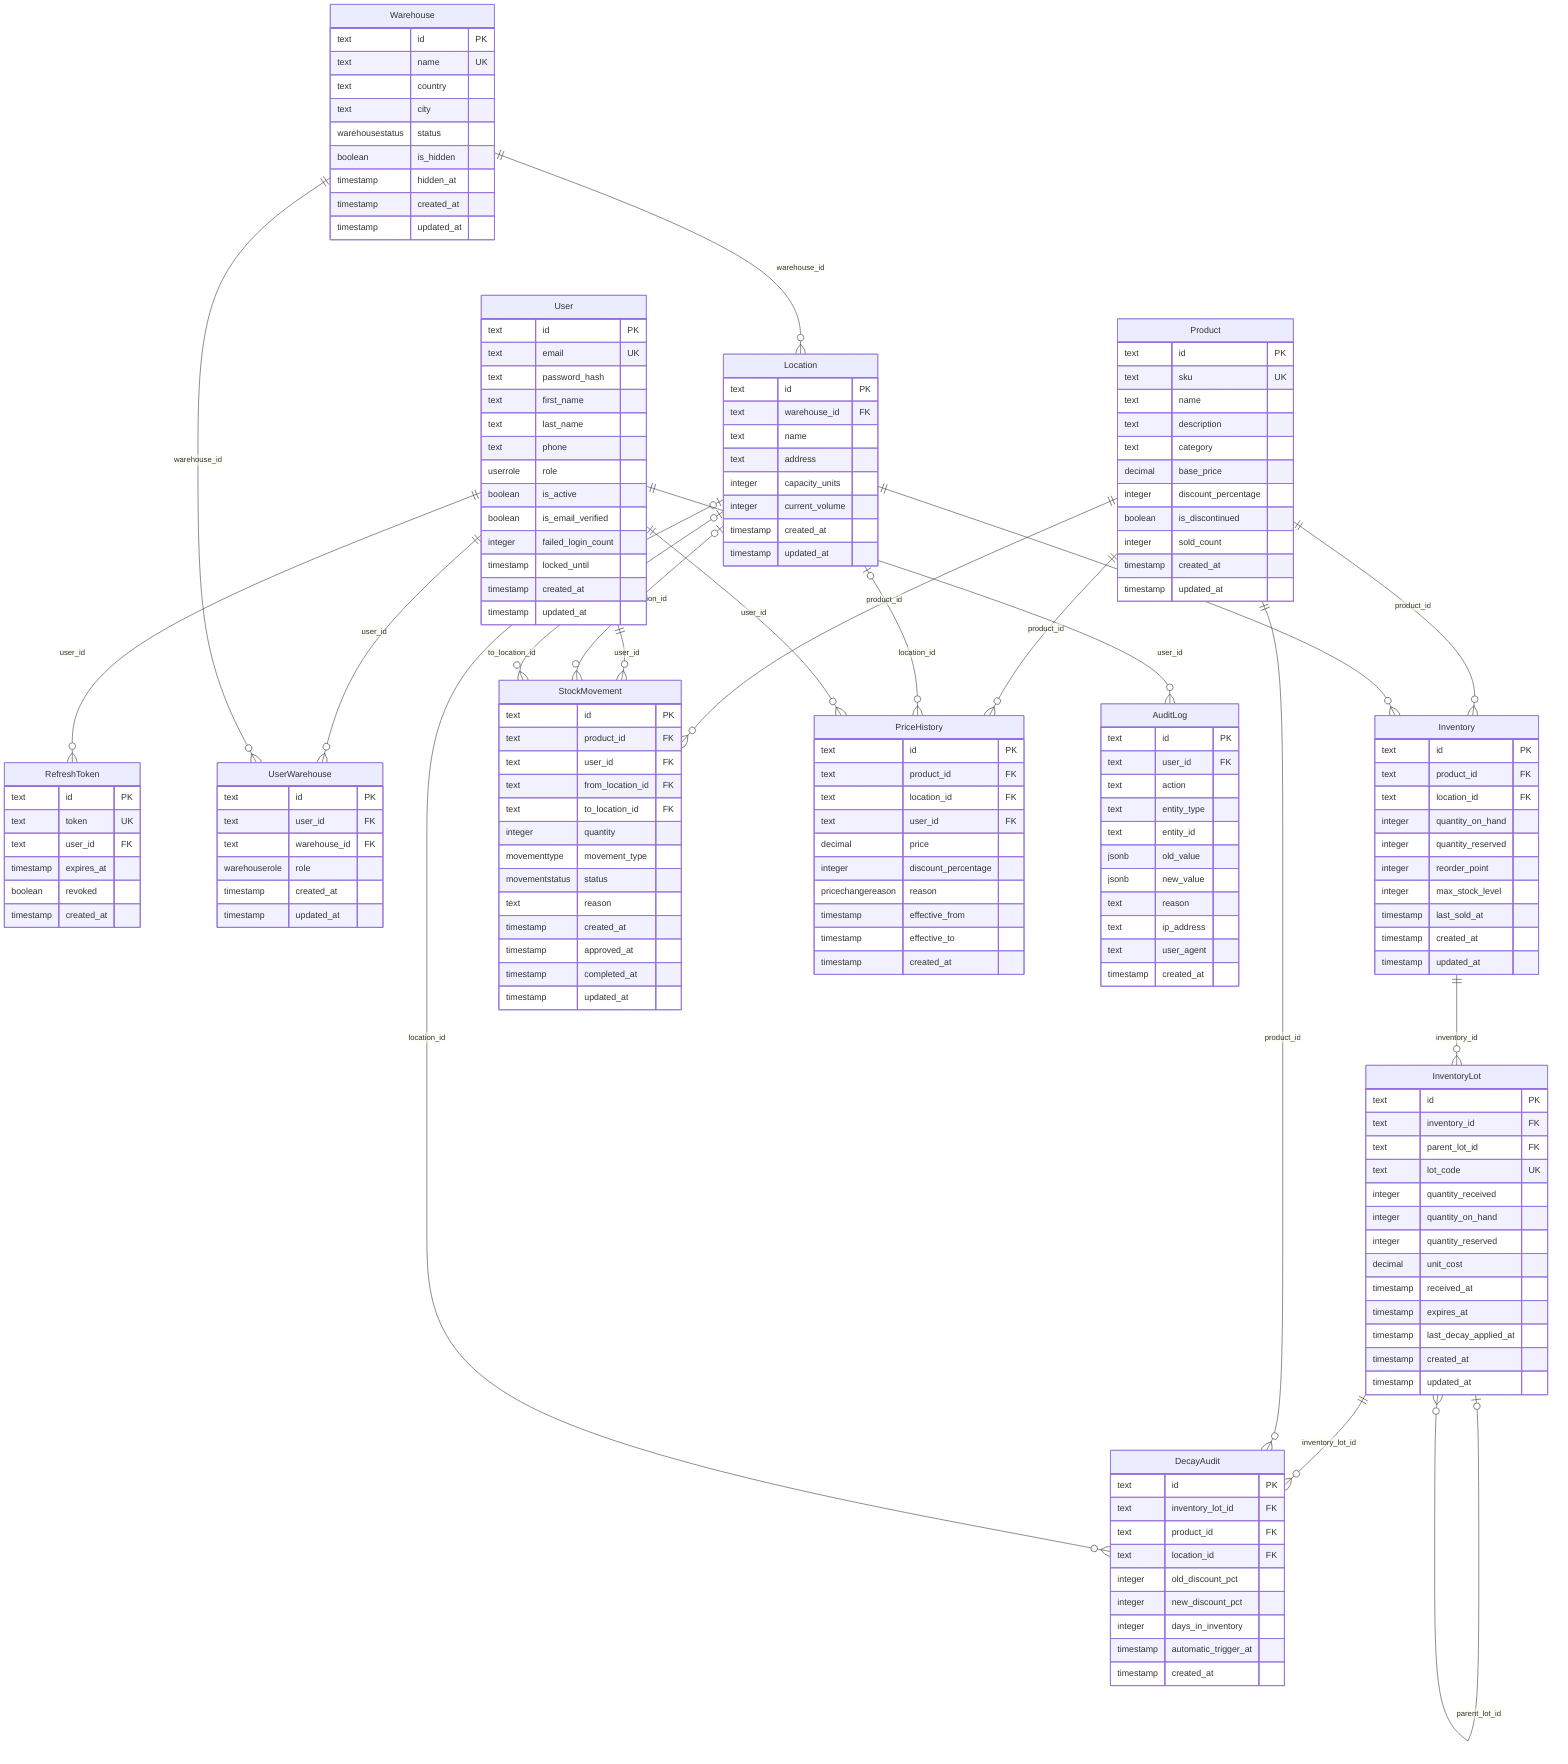
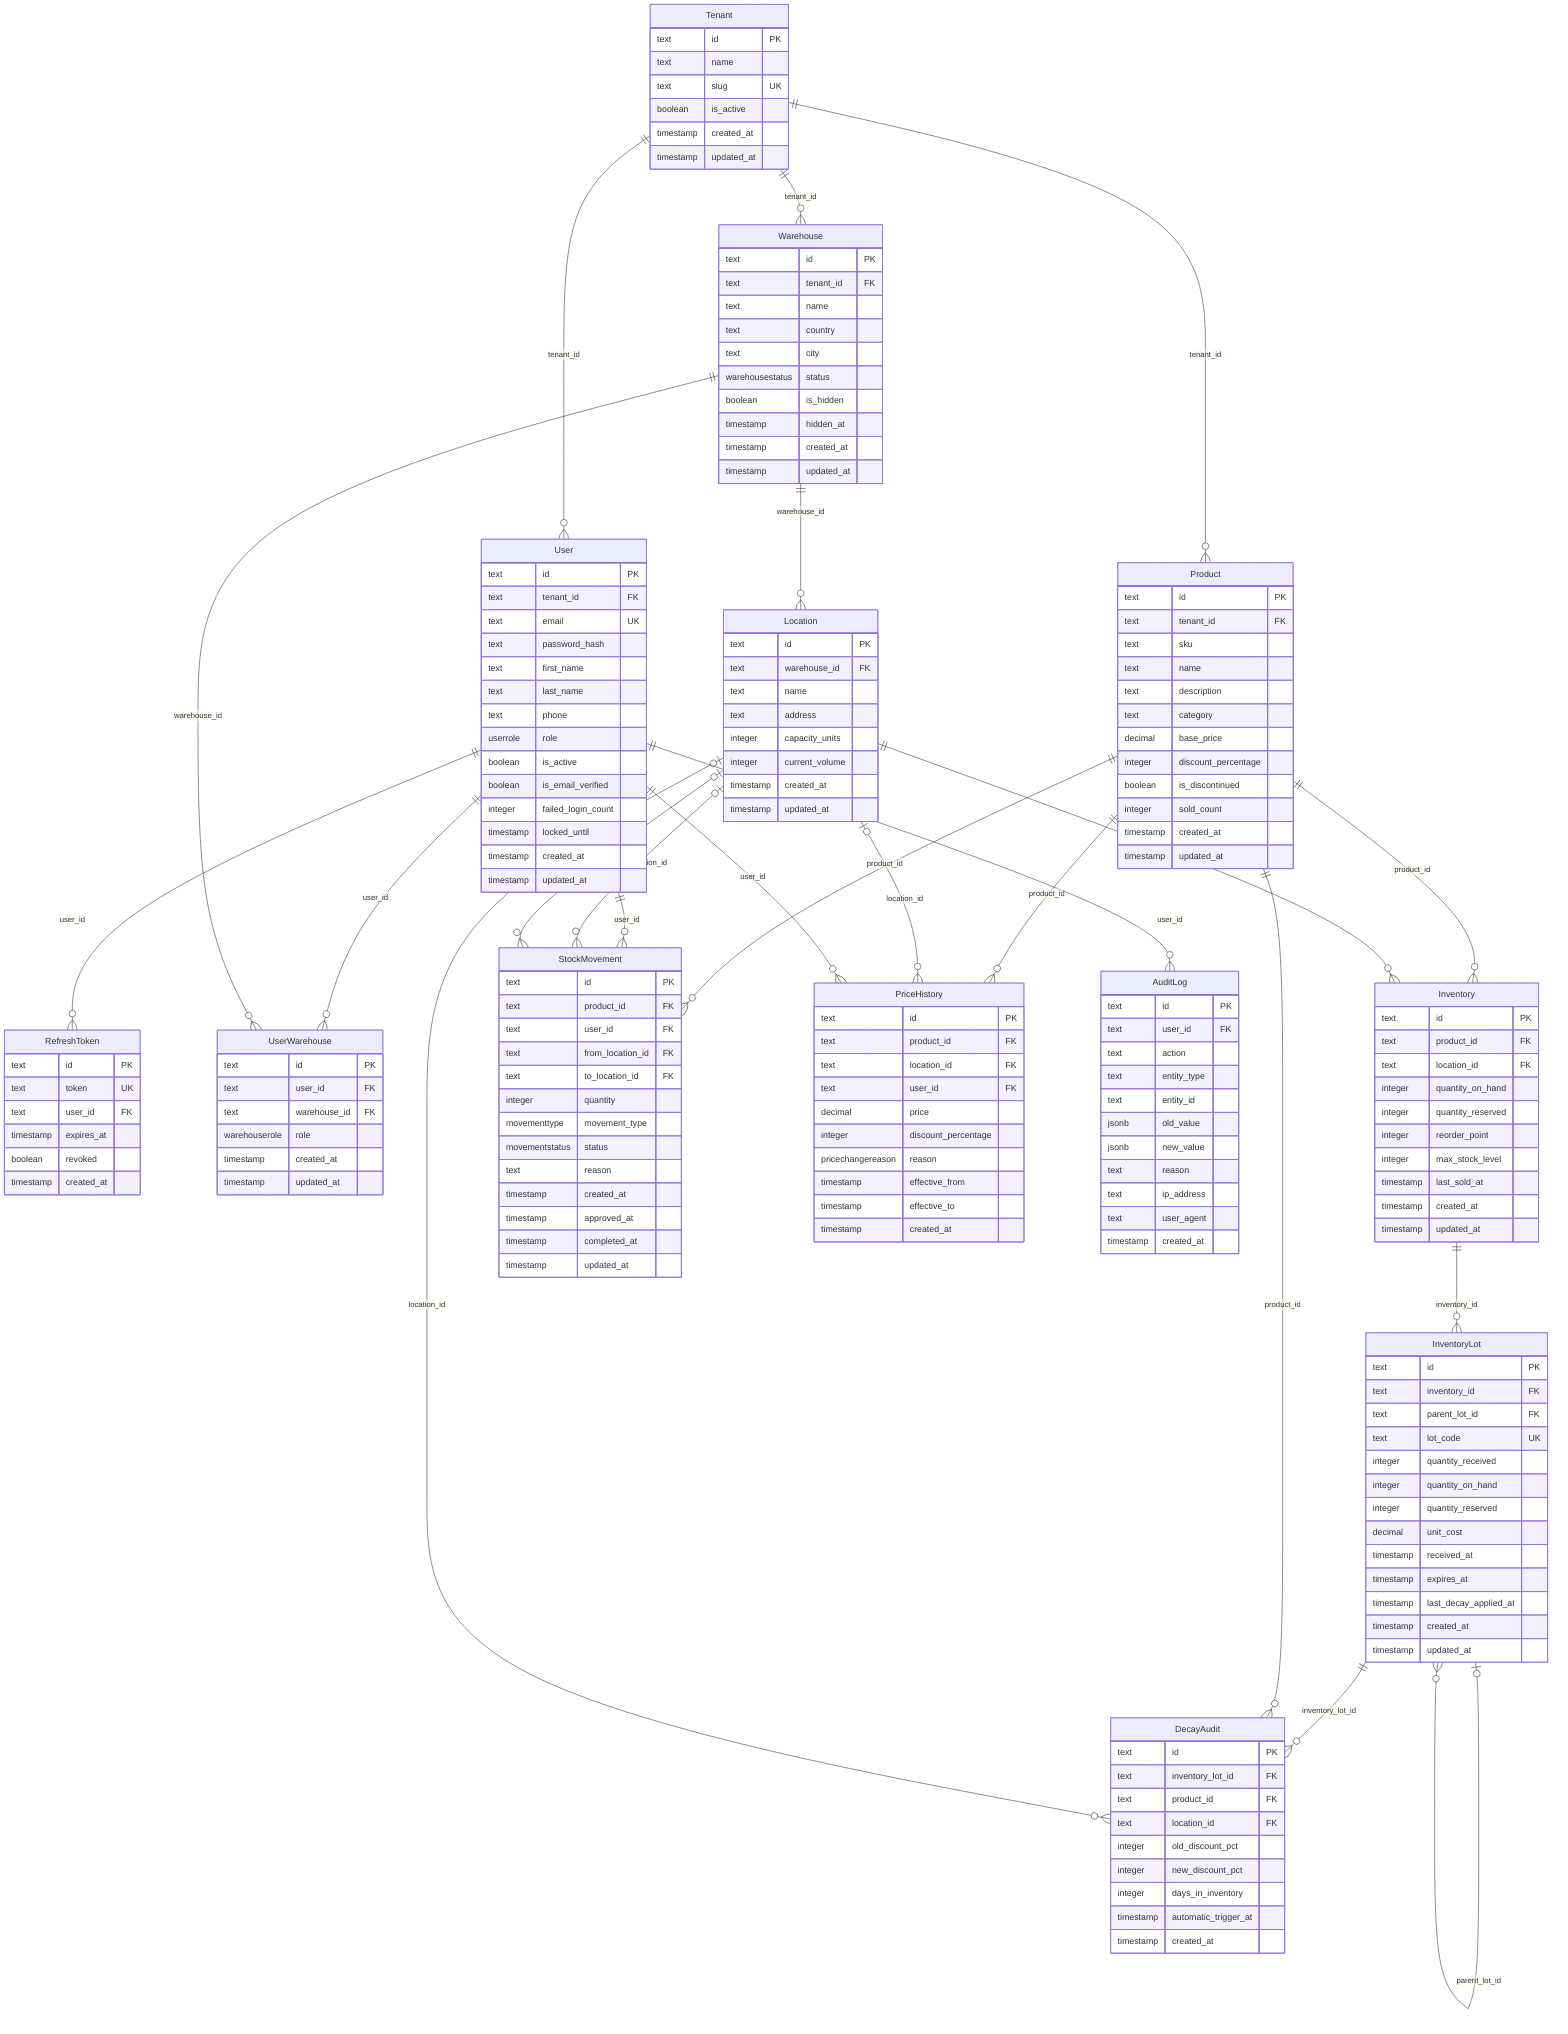
erDiagram
+   Tenant {
+     text id PK
+     text name
+     text slug UK
+     boolean is_active
+     timestamp created_at
+     timestamp updated_at
+   }
  User {
    text id PK
+     text tenant_id FK
    text email UK
    text password_hash
    text first_name
    text last_name
    text phone
    userrole role
    boolean is_active
    boolean is_email_verified
    integer failed_login_count
    timestamp locked_until
    timestamp created_at
    timestamp updated_at
  }
  RefreshToken {
    text id PK
    text token UK
    text user_id FK
    timestamp expires_at
    boolean revoked
    timestamp created_at
  }
  Warehouse {
    text id PK
-     text name UK
+     text tenant_id FK
+     text name
    text country
    text city
    warehousestatus status
    boolean is_hidden
    timestamp hidden_at
    timestamp created_at
    timestamp updated_at
  }
  UserWarehouse {
    text id PK
    text user_id FK
    text warehouse_id FK
    warehouserole role
    timestamp created_at
    timestamp updated_at
  }
  Location {
    text id PK
    text warehouse_id FK
    text name
    text address
    integer capacity_units
    integer current_volume
    timestamp created_at
    timestamp updated_at
  }
  Product {
    text id PK
-     text sku UK
+     text tenant_id FK
+     text sku
    text name
    text description
    text category
    decimal base_price
    integer discount_percentage
    boolean is_discontinued
    integer sold_count
    timestamp created_at
    timestamp updated_at
  }
  Inventory {
    text id PK
    text product_id FK
    text location_id FK
    integer quantity_on_hand
    integer quantity_reserved
    integer reorder_point
    integer max_stock_level
    timestamp last_sold_at
    timestamp created_at
    timestamp updated_at
  }
  InventoryLot {
    text id PK
    text inventory_id FK
    text parent_lot_id FK
    text lot_code UK
    integer quantity_received
    integer quantity_on_hand
    integer quantity_reserved
    decimal unit_cost
    timestamp received_at
    timestamp expires_at
    timestamp last_decay_applied_at
    timestamp created_at
    timestamp updated_at
  }
  StockMovement {
    text id PK
    text product_id FK
    text user_id FK
    text from_location_id FK
    text to_location_id FK
    integer quantity
    movementtype movement_type
    movementstatus status
    text reason
    timestamp created_at
    timestamp approved_at
    timestamp completed_at
    timestamp updated_at
  }
  PriceHistory {
    text id PK
    text product_id FK
    text location_id FK
    text user_id FK
    decimal price
    integer discount_percentage
    pricechangereason reason
    timestamp effective_from
    timestamp effective_to
    timestamp created_at
  }
  DecayAudit {
    text id PK
    text inventory_lot_id FK
    text product_id FK
    text location_id FK
    integer old_discount_pct
    integer new_discount_pct
    integer days_in_inventory
    timestamp automatic_trigger_at
    timestamp created_at
  }
  AuditLog {
    text id PK
    text user_id FK
    text action
    text entity_type
    text entity_id
    jsonb old_value
    jsonb new_value
    text reason
    text ip_address
    text user_agent
    timestamp created_at
  }

+   Tenant ||--o{ User : "tenant_id"
+   Tenant ||--o{ Warehouse : "tenant_id"
+   Tenant ||--o{ Product : "tenant_id"
  User ||--o{ RefreshToken : "user_id"
  User ||--o{ UserWarehouse : "user_id"
  Warehouse ||--o{ UserWarehouse : "warehouse_id"
  Warehouse ||--o{ Location : "warehouse_id"
  Product ||--o{ Inventory : "product_id"
  Location ||--o{ Inventory : "location_id"
  Inventory ||--o{ InventoryLot : "inventory_id"
  InventoryLot o|--o{ InventoryLot : "parent_lot_id"
  Product ||--o{ StockMovement : "product_id"
  User ||--o{ StockMovement : "user_id"
  Location o|--o{ StockMovement : "from_location_id"
  Location o|--o{ StockMovement : "to_location_id"
  Product ||--o{ PriceHistory : "product_id"
  Location o|--o{ PriceHistory : "location_id"
  User ||--o{ PriceHistory : "user_id"
  InventoryLot ||--o{ DecayAudit : "inventory_lot_id"
  Product ||--o{ DecayAudit : "product_id"
  Location o|--o{ DecayAudit : "location_id"
  User ||--o{ AuditLog : "user_id"
